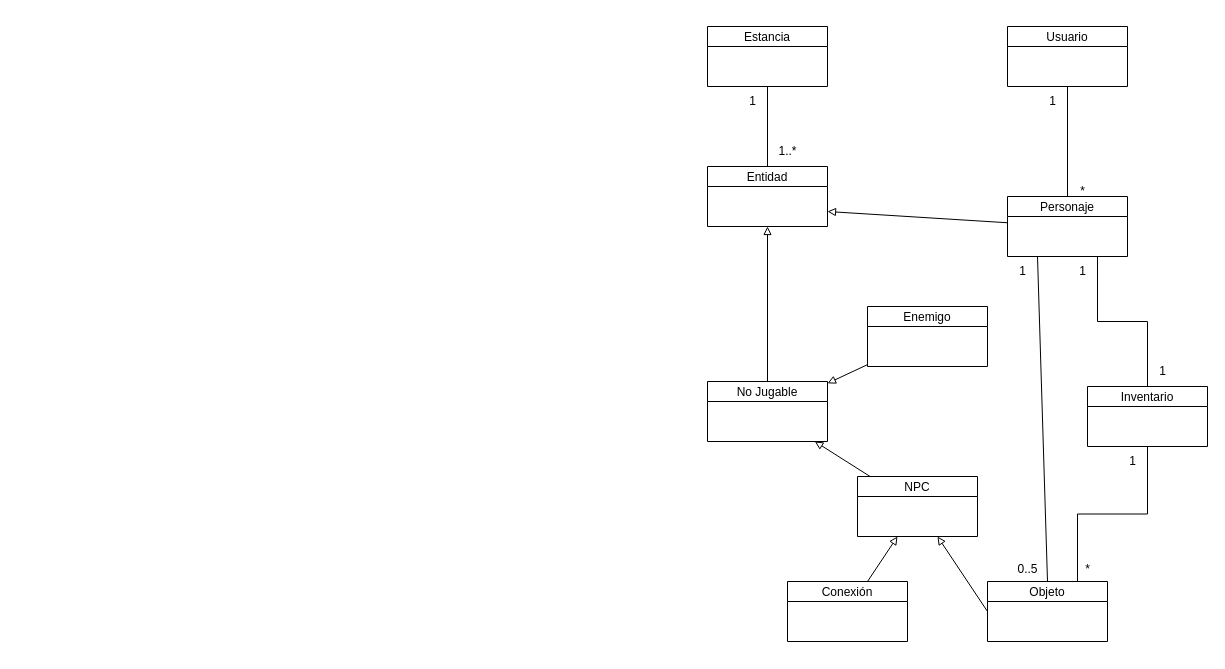
Earlier version of the draw.io diagram document/tex_files/mainmatter/chapter_4/images/diagrama_analisis_motor/analisis_final_motor.drawio (ThAlsay/Hephaestus). Source tidied: cells renumbered, new cells numbered last; positions are measured from the earlier drawing's top-left corner, leaving out a move shared by most shapes. Both pictures are drawn from the tidied source at 100%, with x=0, y=0 at pixel (707, 26).
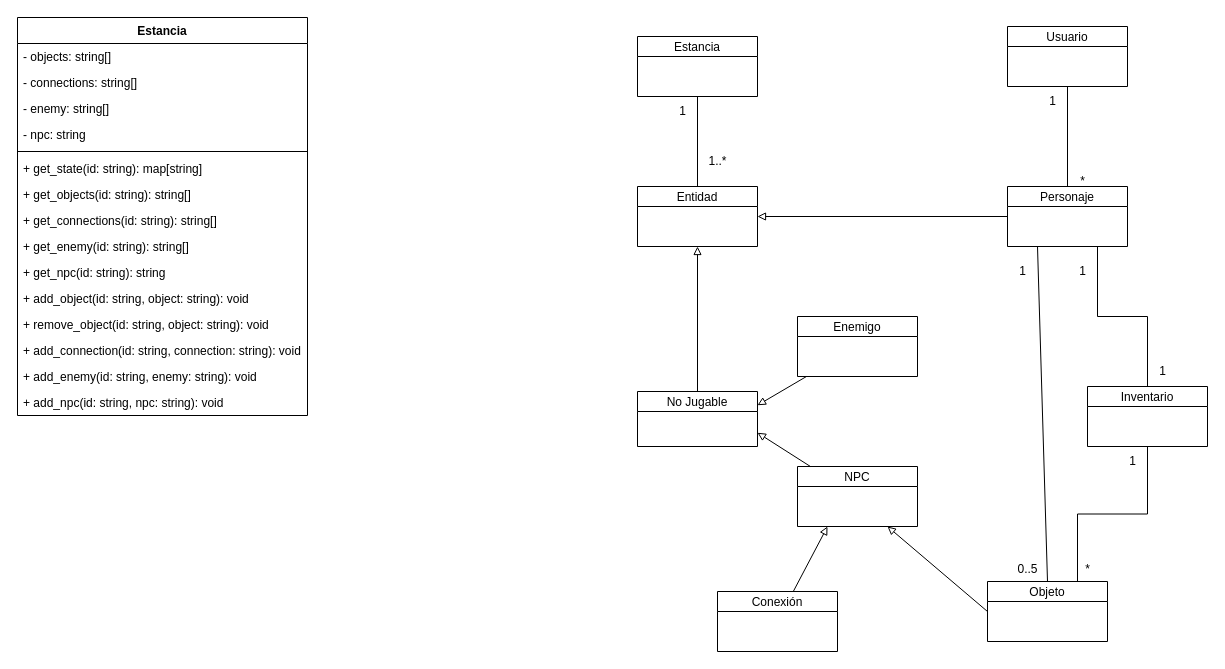
After the change.

Unchanged cells that the change refers to:
```xml
<mxCell id="10" value="Objeto" style="shape=swimlane;startSize=20;" parent="1" vertex="1">
  <mxGeometry x="280" y="555" width="120" height="60" as="geometry" />
</mxCell>
```

The edit, as a diff of the source:
```diff
@@
     <mxCell id="3" value="Personaje" style="shape=swimlane;startSize=20;" parent="1" vertex="1">
-      <mxGeometry x="300" y="170" width="120" height="60" as="geometry" />
+      <mxGeometry x="300" y="160" width="120" height="60" as="geometry" />
     </mxCell>
@@
     <mxCell id="5" value="Entidad" style="shape=swimlane;startSize=20;" parent="1" vertex="1">
-      <mxGeometry y="140" width="120" height="60" as="geometry" />
+      <mxGeometry x="-70" y="160" width="120" height="60" as="geometry" />
     </mxCell>
     <mxCell id="6" value="Estancia" style="shape=swimlane;startSize=20;" parent="1" vertex="1">
-      <mxGeometry width="120" height="60" as="geometry" />
+      <mxGeometry x="-70" y="10" width="120" height="60" as="geometry" />
     </mxCell>
     <mxCell id="7" value="No Jugable" style="shape=swimlane;startSize=20;" parent="1" vertex="1">
-      <mxGeometry y="355" width="120" height="60" as="geometry" />
+      <mxGeometry x="-70" y="365" width="120" height="55" as="geometry" />
     </mxCell>
     <mxCell id="8" value="Enemigo" style="shape=swimlane;startSize=20;" parent="1" vertex="1">
-      <mxGeometry x="160" y="280" width="120" height="60" as="geometry" />
+      <mxGeometry x="90" y="290" width="120" height="60" as="geometry" />
     </mxCell>
     <mxCell id="9" value="NPC" style="shape=swimlane;startSize=20;" parent="1" vertex="1">
-      <mxGeometry x="150" y="450" width="120" height="60" as="geometry" />
+      <mxGeometry x="90" y="440" width="120" height="60" as="geometry" />
     </mxCell>
@@
     <mxCell id="11" value="Conexión" style="shape=swimlane;startSize=20;" parent="1" vertex="1">
-      <mxGeometry x="80" y="555" width="120" height="60" as="geometry" />
+      <mxGeometry x="10" y="565" width="120" height="60" as="geometry" />
     </mxCell>
@@
-    <mxCell id="14" style="endArrow=none;startArrow=block;startFill=0;exitX=1;exitY=0.75;exitDx=0;exitDy=0;" parent="1" edge="1" source="5" target="3">
+    <mxCell id="14" style="endArrow=none;startArrow=block;startFill=0;exitX=1;exitY=0.5;exitDx=0;exitDy=0;" parent="1" edge="1" source="5" target="3">
       <mxGeometry relative="1" as="geometry" />
     </mxCell>
@@
-    <mxCell id="16" style="endArrow=none;startFill=0;startArrow=block;" parent="1" edge="1" source="7" target="8">
+    <mxCell id="16" style="endArrow=none;startFill=0;startArrow=block;exitX=1;exitY=0.25;exitDx=0;exitDy=0;" parent="1" edge="1" source="7" target="8">
       <mxGeometry relative="1" as="geometry" />
     </mxCell>
-    <mxCell id="17" style="endArrow=none;startFill=0;startArrow=block;" parent="1" edge="1" source="7" target="9">
+    <mxCell id="17" style="endArrow=none;startFill=0;startArrow=block;exitX=1;exitY=0.75;exitDx=0;exitDy=0;" parent="1" edge="1" source="7" target="9">
       <mxGeometry relative="1" as="geometry" />
     </mxCell>
-    <mxCell id="18" style="endArrow=none;startArrow=block;startFill=0;entryX=0;entryY=0.5;entryDx=0;entryDy=0;" parent="1" edge="1" source="9" target="10">
+    <mxCell id="18" style="endArrow=none;startArrow=block;startFill=0;entryX=0;entryY=0.5;entryDx=0;entryDy=0;exitX=0.75;exitY=1;exitDx=0;exitDy=0;" parent="1" edge="1" source="9" target="10">
       <mxGeometry relative="1" as="geometry" />
     </mxCell>
-    <mxCell id="19" style="endArrow=none;startArrow=block;startFill=0;" parent="1" edge="1" source="9" target="11">
+    <mxCell id="19" style="endArrow=none;startArrow=block;startFill=0;exitX=0.25;exitY=1;exitDx=0;exitDy=0;" parent="1" edge="1" source="9" target="11">
       <mxGeometry relative="1" as="geometry" />
     </mxCell>
-    <mxCell id="20" style="endArrow=none;exitX=0.25;exitY=1;exitDx=0;exitDy=0;startArrow=none;startFill=0;entryX=0.5;entryY=0;entryDx=0;entryDy=0;" parent="1" edge="1" source="3" target="10">
-      <mxGeometry relative="1" as="geometry" />
+    <mxCell id="20" style="endArrow=none;startArrow=none;startFill=0;entryX=0.5;entryY=0;entryDx=0;entryDy=0;" parent="1" edge="1" target="10">
+      <mxGeometry relative="1" as="geometry">
+        <mxPoint x="330" y="220" as="sourcePoint" />
+      </mxGeometry>
     </mxCell>
     <mxCell id="21" value="1" style="text;html=1;align=center;verticalAlign=middle;strokeColor=none;fillColor=none;" parent="1" vertex="1">
-      <mxGeometry x="30" y="60" width="30" height="30" as="geometry" />
+      <mxGeometry x="-40" y="70" width="30" height="30" as="geometry" />
     </mxCell>
@@
     <mxCell id="32" value="1..*" style="text;html=1;align=center;verticalAlign=middle;strokeColor=none;fillColor=none;" parent="1" vertex="1">
-      <mxGeometry x="60" y="110" width="40" height="30" as="geometry" />
+      <mxGeometry x="-10" y="120" width="40" height="30" as="geometry" />
     </mxCell>
+    <mxCell id="33" value="Estancia" style="swimlane;fontStyle=1;align=center;verticalAlign=top;horizontal=1;startSize=26;whiteSpace=wrap;html=1;" parent="1" vertex="1">
+      <mxGeometry x="-690" y="-9" width="290" height="398" as="geometry" />
+    </mxCell>
+    <mxCell id="34" value="- objects: string[]" style="text;strokeColor=none;fillColor=none;align=left;verticalAlign=top;spacingLeft=4;spacingRight=4;overflow=hidden;whiteSpace=wrap;html=1;" parent="33" vertex="1">
+      <mxGeometry y="26" width="290" height="26" as="geometry" />
+    </mxCell>
+    <mxCell id="35" value="- connections: string[]" style="text;strokeColor=none;fillColor=none;align=left;verticalAlign=top;spacingLeft=4;spacingRight=4;overflow=hidden;whiteSpace=wrap;html=1;" parent="33" vertex="1">
+      <mxGeometry y="52" width="290" height="26" as="geometry" />
+    </mxCell>
+    <mxCell id="36" value="- enemy: string[]" style="text;strokeColor=none;fillColor=none;align=left;verticalAlign=top;spacingLeft=4;spacingRight=4;overflow=hidden;whiteSpace=wrap;html=1;" parent="33" vertex="1">
+      <mxGeometry y="78" width="290" height="26" as="geometry" />
+    </mxCell>
+    <mxCell id="37" value="- npc: string" style="text;strokeColor=none;fillColor=none;align=left;verticalAlign=top;spacingLeft=4;spacingRight=4;overflow=hidden;whiteSpace=wrap;html=1;" parent="33" vertex="1">
+      <mxGeometry y="104" width="290" height="26" as="geometry" />
+    </mxCell>
+    <mxCell id="38" style="line;strokeWidth=1;fillColor=none;align=left;verticalAlign=middle;spacingTop=-1;spacingLeft=3;spacingRight=3;labelPosition=right;strokeColor=inherit;" parent="33" vertex="1">
+      <mxGeometry y="130" width="290" height="8" as="geometry" />
+    </mxCell>
+    <mxCell id="39" value="+ get_state(id: string): map[string]" style="text;strokeColor=none;fillColor=none;align=left;verticalAlign=top;spacingLeft=4;spacingRight=4;overflow=hidden;whiteSpace=wrap;html=1;" parent="33" vertex="1">
+      <mxGeometry y="138" width="290" height="26" as="geometry" />
+    </mxCell>
+    <mxCell id="40" value="+ get_objects(id: string): string[]" style="text;strokeColor=none;fillColor=none;align=left;verticalAlign=top;spacingLeft=4;spacingRight=4;overflow=hidden;whiteSpace=wrap;html=1;" parent="33" vertex="1">
+      <mxGeometry y="164" width="290" height="26" as="geometry" />
+    </mxCell>
+    <mxCell id="41" value="+ get_connections(id: string): string[]" style="text;strokeColor=none;fillColor=none;align=left;verticalAlign=top;spacingLeft=4;spacingRight=4;overflow=hidden;whiteSpace=wrap;html=1;" parent="33" vertex="1">
+      <mxGeometry y="190" width="290" height="26" as="geometry" />
+    </mxCell>
+    <mxCell id="42" value="+ get_enemy(id: string): string[]" style="text;strokeColor=none;fillColor=none;align=left;verticalAlign=top;spacingLeft=4;spacingRight=4;overflow=hidden;whiteSpace=wrap;html=1;" parent="33" vertex="1">
+      <mxGeometry y="216" width="290" height="26" as="geometry" />
+    </mxCell>
+    <mxCell id="43" value="+ get_npc(id: string): string" style="text;strokeColor=none;fillColor=none;align=left;verticalAlign=top;spacingLeft=4;spacingRight=4;overflow=hidden;whiteSpace=wrap;html=1;" parent="33" vertex="1">
+      <mxGeometry y="242" width="290" height="26" as="geometry" />
+    </mxCell>
+    <mxCell id="44" value="+ add_object(id: string, object: string): void" style="text;strokeColor=none;fillColor=none;align=left;verticalAlign=top;spacingLeft=4;spacingRight=4;overflow=hidden;whiteSpace=wrap;html=1;" parent="33" vertex="1">
+      <mxGeometry y="268" width="290" height="26" as="geometry" />
+    </mxCell>
+    <mxCell id="45" value="+ remove_object(id: string, object: string): void" style="text;strokeColor=none;fillColor=none;align=left;verticalAlign=top;spacingLeft=4;spacingRight=4;overflow=hidden;whiteSpace=wrap;html=1;" parent="33" vertex="1">
+      <mxGeometry y="294" width="290" height="26" as="geometry" />
+    </mxCell>
+    <mxCell id="46" value="+ add_connection(id: string, connection: string): void" style="text;strokeColor=none;fillColor=none;align=left;verticalAlign=top;spacingLeft=4;spacingRight=4;overflow=hidden;whiteSpace=wrap;html=1;" parent="33" vertex="1">
+      <mxGeometry y="320" width="290" height="26" as="geometry" />
+    </mxCell>
+    <mxCell id="47" value="+ add_enemy(id: string, enemy: string): void" style="text;strokeColor=none;fillColor=none;align=left;verticalAlign=top;spacingLeft=4;spacingRight=4;overflow=hidden;whiteSpace=wrap;html=1;" parent="33" vertex="1">
+      <mxGeometry y="346" width="290" height="26" as="geometry" />
+    </mxCell>
+    <mxCell id="48" value="+ add_npc(id: string, npc: string): void" style="text;strokeColor=none;fillColor=none;align=left;verticalAlign=top;spacingLeft=4;spacingRight=4;overflow=hidden;whiteSpace=wrap;html=1;" parent="33" vertex="1">
+      <mxGeometry y="372" width="290" height="26" as="geometry" />
+    </mxCell>
```
